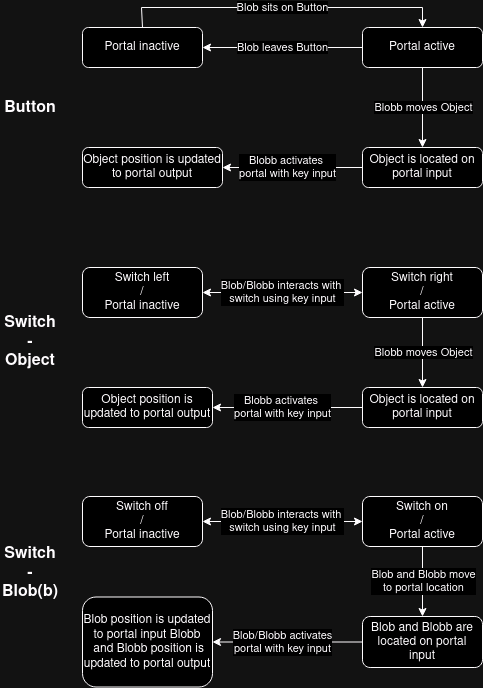
This is Docs/ActivityDiagrams/button_switch_function.drawio.png from nemoboi/FP2024, a draw.io export, as it was before one commit. Source tidied: cells renumbered, new cells last; positions are measured from the earlier drawing's top-left corner, leaving out a move shared by most shapes.
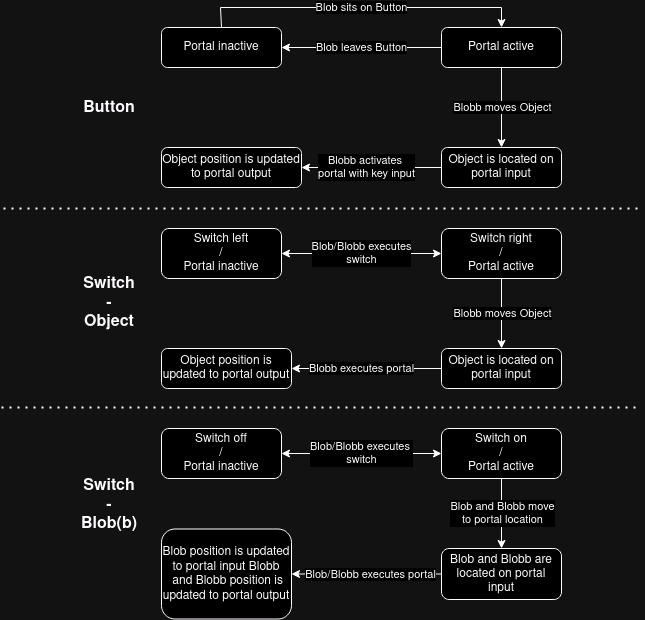
After the change.

Commit message:
update button/switch activity diagram

The edit, as a diff of the source:
```diff
@@ -33,19 +33,19 @@
       <mxGeometry relative="1" as="geometry" />
     </mxCell>
     <mxCell id="10" value="&lt;div&gt;Switch left&lt;br&gt;&lt;/div&gt;&lt;div&gt;/&lt;/div&gt;&lt;div&gt;Portal inactive&lt;/div&gt;" style="rounded=1;whiteSpace=wrap;html=1;fontSize=12;glass=0;strokeWidth=1;shadow=0;" parent="1" vertex="1">
-      <mxGeometry x="82" y="260" width="120" height="50" as="geometry" />
+      <mxGeometry x="82" y="221" width="120" height="50" as="geometry" />
     </mxCell>
     <mxCell id="11" value="&lt;div&gt;Switch right&lt;br&gt;&lt;/div&gt;&lt;div&gt;/&lt;/div&gt;&lt;div&gt;Portal active&lt;/div&gt;" style="rounded=1;whiteSpace=wrap;html=1;glass=0;strokeWidth=1;shadow=0;" parent="1" vertex="1">
-      <mxGeometry x="362" y="260" width="120" height="50" as="geometry" />
+      <mxGeometry x="362" y="221" width="120" height="50" as="geometry" />
     </mxCell>
     <mxCell id="12" value="&lt;div&gt;Object is located on portal input&lt;/div&gt;" style="rounded=1;whiteSpace=wrap;html=1;" parent="1" vertex="1">
-      <mxGeometry x="362" y="380" width="120" height="40" as="geometry" />
+      <mxGeometry x="362" y="341" width="120" height="40" as="geometry" />
     </mxCell>
-    <mxCell id="13" value="&lt;div&gt;Blobb activates&amp;nbsp;&lt;/div&gt;&lt;div&gt;portal with key input&lt;/div&gt;" style="endArrow=classic;html=1;rounded=0;entryX=1;entryY=0.5;entryDx=0;entryDy=0;exitX=0;exitY=0.5;exitDx=0;exitDy=0;" parent="1" edge="1" source="12" target="14">
+    <mxCell id="13" value="&lt;div&gt;Blobb executes portal&lt;br&gt;&lt;/div&gt;" style="endArrow=classic;html=1;rounded=0;entryX=1;entryY=0.5;entryDx=0;entryDy=0;exitX=0;exitY=0.5;exitDx=0;exitDy=0;" parent="1" edge="1" source="12" target="14">
       <mxGeometry x="0.07" relative="1" as="geometry" />
     </mxCell>
     <mxCell id="14" value="Object position is updated to portal output" style="rounded=1;whiteSpace=wrap;html=1;" parent="1" vertex="1">
-      <mxGeometry x="82" y="380" width="130" height="40" as="geometry" />
+      <mxGeometry x="82" y="341" width="130" height="40" as="geometry" />
     </mxCell>
     <mxCell id="15" value="Blobb moves Object" style="endArrow=classic;html=1;rounded=0;" parent="1" edge="1" source="11" target="12">
       <mxGeometry y="1" relative="1" as="geometry" />
@@ -53,35 +53,47 @@
     <mxCell id="16" value="Button" style="text;html=1;align=center;verticalAlign=middle;whiteSpace=wrap;rounded=0;fontStyle=1;fontSize=16;" parent="1" vertex="1">
       <mxGeometry y="86" width="60" height="30" as="geometry" />
     </mxCell>
-    <mxCell id="17" value="&lt;div&gt;Blob/Blobb interacts with&amp;nbsp;&lt;/div&gt;&lt;div&gt;switch using key input&lt;br&gt;&lt;/div&gt;" style="endArrow=classic;startArrow=classic;html=1;rounded=0;" parent="1" edge="1" source="10" target="11">
+    <mxCell id="17" value="&lt;div&gt;Blob/Blobb executes &lt;br&gt;&lt;/div&gt;&lt;div&gt;switch&lt;/div&gt;" style="endArrow=classic;startArrow=classic;html=1;rounded=0;" parent="1" edge="1" source="10" target="11">
       <mxGeometry relative="1" as="geometry" />
     </mxCell>
     <mxCell id="18" value="Switch - Object" style="text;html=1;align=center;verticalAlign=middle;whiteSpace=wrap;rounded=0;fontStyle=1;fontSize=16;" parent="1" vertex="1">
-      <mxGeometry y="320" width="60" height="30" as="geometry" />
+      <mxGeometry y="281" width="60" height="30" as="geometry" />
     </mxCell>
     <mxCell id="19" value="&lt;div&gt;Switch off&lt;/div&gt;&lt;div&gt;/&lt;/div&gt;&lt;div&gt;Portal inactive&lt;/div&gt;" style="rounded=1;whiteSpace=wrap;html=1;fontSize=12;glass=0;strokeWidth=1;shadow=0;" parent="1" vertex="1">
-      <mxGeometry x="82" y="489" width="120" height="50" as="geometry" />
+      <mxGeometry x="82" y="421" width="120" height="50" as="geometry" />
     </mxCell>
     <mxCell id="20" value="&lt;div&gt;Switch on&lt;/div&gt;&lt;div&gt;/&lt;/div&gt;&lt;div&gt;Portal active&lt;/div&gt;" style="rounded=1;whiteSpace=wrap;html=1;glass=0;strokeWidth=1;shadow=0;" parent="1" vertex="1">
-      <mxGeometry x="362" y="489" width="120" height="50" as="geometry" />
+      <mxGeometry x="362" y="421" width="120" height="50" as="geometry" />
     </mxCell>
     <mxCell id="21" value="&lt;div&gt;Blob and Blobb are located on portal input&lt;/div&gt;" style="rounded=1;whiteSpace=wrap;html=1;" parent="1" vertex="1">
-      <mxGeometry x="362" y="609" width="120" height="51" as="geometry" />
+      <mxGeometry x="362" y="541" width="120" height="51" as="geometry" />
     </mxCell>
-    <mxCell id="22" value="&lt;div&gt;Blob/Blobb activates &lt;br&gt;&lt;/div&gt;&lt;div&gt;portal with key input&lt;/div&gt;" style="endArrow=classic;html=1;rounded=0;entryX=1;entryY=0.5;entryDx=0;entryDy=0;exitX=0;exitY=0.5;exitDx=0;exitDy=0;" parent="1" edge="1" source="21" target="23">
-      <mxGeometry x="0.07" relative="1" as="geometry" />
+    <mxCell id="22" value="&lt;div&gt;Blob/Blobb executes portal&lt;br&gt;&lt;/div&gt;" style="endArrow=classic;html=1;rounded=0;entryX=1;entryY=0.5;entryDx=0;entryDy=0;exitX=0;exitY=0.5;exitDx=0;exitDy=0;" parent="1" edge="1" source="21" target="23">
+      <mxGeometry x="-0.05" relative="1" as="geometry" />
     </mxCell>
     <mxCell id="23" value="&lt;div&gt;Blob position is updated&lt;/div&gt;&lt;div&gt;to portal input Blobb&lt;br&gt;&lt;/div&gt;&amp;nbsp;and Blobb position is updated to portal output" style="rounded=1;whiteSpace=wrap;html=1;" parent="1" vertex="1">
-      <mxGeometry x="82" y="589.5" width="130" height="90" as="geometry" />
+      <mxGeometry x="82" y="521.5" width="130" height="90" as="geometry" />
     </mxCell>
     <mxCell id="24" value="&lt;div&gt;Blob and Blobb move &lt;br&gt;&lt;/div&gt;&lt;div&gt;to portal location&lt;br&gt;&lt;/div&gt;" style="endArrow=classic;html=1;rounded=0;" parent="1" edge="1" source="20" target="21">
       <mxGeometry y="1" relative="1" as="geometry" />
     </mxCell>
-    <mxCell id="25" value="&lt;div&gt;Blob/Blobb interacts with&amp;nbsp;&lt;/div&gt;&lt;div&gt;switch using key input&lt;br&gt;&lt;/div&gt;" style="endArrow=classic;startArrow=classic;html=1;rounded=0;" parent="1" edge="1" source="19" target="20">
+    <mxCell id="25" value="&lt;div&gt;Blob/Blobb executes&amp;nbsp;&lt;/div&gt;&lt;div&gt;switch&lt;br&gt;&lt;/div&gt;" style="endArrow=classic;startArrow=classic;html=1;rounded=0;" parent="1" edge="1" source="19" target="20">
       <mxGeometry relative="1" as="geometry" />
     </mxCell>
     <mxCell id="26" value="Switch - Blob(b)" style="text;html=1;align=center;verticalAlign=middle;whiteSpace=wrap;rounded=0;fontStyle=1;fontSize=16;" parent="1" vertex="1">
-      <mxGeometry y="551" width="60" height="30" as="geometry" />
+      <mxGeometry y="483" width="60" height="30" as="geometry" />
     </mxCell>
+    <mxCell id="27" style="endArrow=none;dashed=1;html=1;dashPattern=1 3;strokeWidth=2;rounded=0;" parent="1" edge="1">
+      <mxGeometry relative="1" as="geometry">
+        <mxPoint x="-78" y="400" as="sourcePoint" />
+        <mxPoint x="562" y="400" as="targetPoint" />
+      </mxGeometry>
+    </mxCell>
+    <mxCell id="28" style="endArrow=none;dashed=1;html=1;dashPattern=1 3;strokeWidth=2;rounded=0;" parent="1" edge="1">
+      <mxGeometry relative="1" as="geometry">
+        <mxPoint x="-76" y="201" as="sourcePoint" />
+        <mxPoint x="564" y="201" as="targetPoint" />
+      </mxGeometry>
+    </mxCell>
   </root>
 </mxGraphModel>
```
